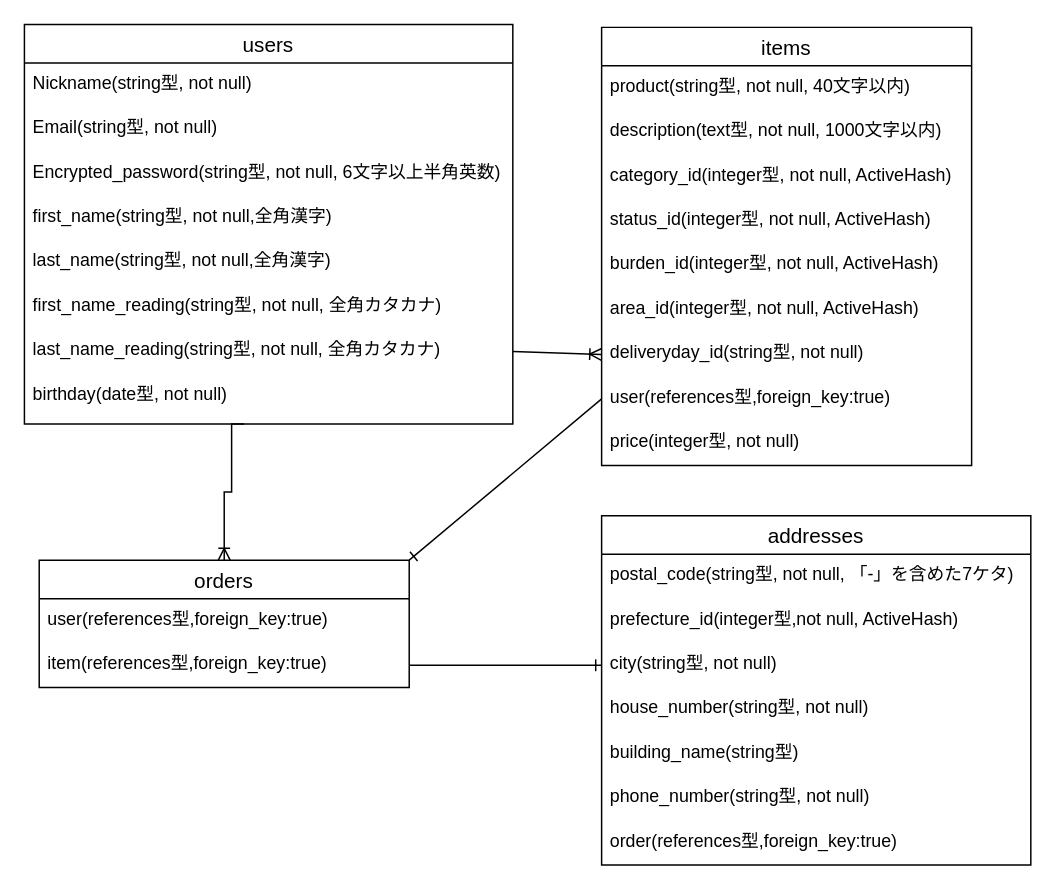
Earlier version of the draw.io diagram test.dio (n622ryo/furima-31017). Source tidied: cells renumbered, new cells numbered last; positions are measured from the earlier drawing's top-left corner, leaving out a move shared by most shapes. Both pictures are drawn from the tidied source at 148%, with x=0, y=0 at pixel (24, 24).
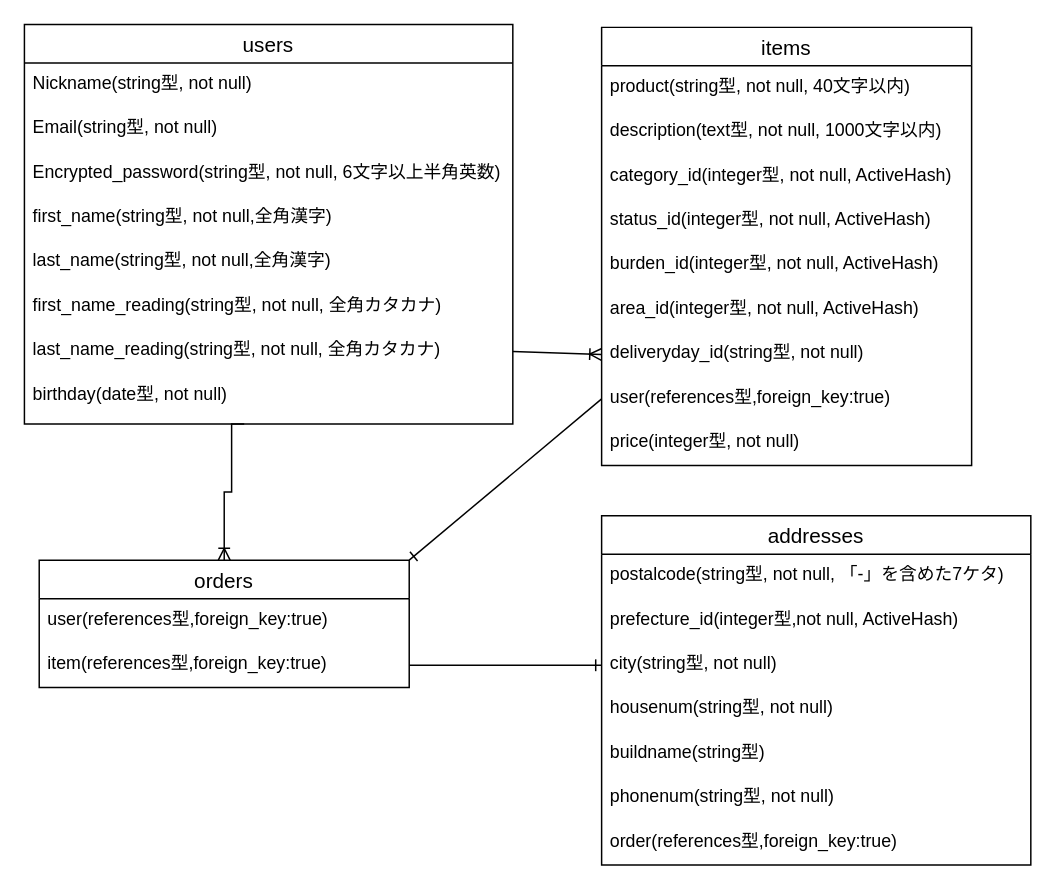
After the change.

Commit message (it also covers changes not shown here):
ER図、READMEの修正

The change refers to these unchanged cells:
```xml
<mxCell id="2" value="addresses" style="swimlane;fontStyle=0;horizontal=1;startSize=26;align=center;fontSize=14;" parent="1" vertex="1">
  <mxGeometry x="390" y="332" width="290" height="236" as="geometry" />
</mxCell>
```

Diff of the diagram source:
```diff
@@
-    <mxCell id="3" value="postal_code(string型, not null, 「-」を含めた7ケタ)&#10;" style="text;strokeColor=none;fillColor=none;spacingLeft=4;spacingRight=4;overflow=hidden;fontSize=12;" parent="2" vertex="1">
+    <mxCell id="3" value="postalcode(string型, not null, 「-」を含めた7ケタ)&#10;" style="text;strokeColor=none;fillColor=none;spacingLeft=4;spacingRight=4;overflow=hidden;fontSize=12;" parent="2" vertex="1">
       <mxGeometry y="26" width="290" height="30" as="geometry" />
     </mxCell>
@@
-    <mxCell id="6" value="house_number(string型, not null)" style="text;strokeColor=none;fillColor=none;spacingLeft=4;spacingRight=4;overflow=hidden;fontSize=12;" parent="2" vertex="1">
+    <mxCell id="6" value="housenum(string型, not null)" style="text;strokeColor=none;fillColor=none;spacingLeft=4;spacingRight=4;overflow=hidden;fontSize=12;" parent="2" vertex="1">
       <mxGeometry y="116" width="290" height="30" as="geometry" />
     </mxCell>
-    <mxCell id="7" value="building_name(string型)" style="text;strokeColor=none;fillColor=none;spacingLeft=4;spacingRight=4;overflow=hidden;fontSize=12;" parent="2" vertex="1">
+    <mxCell id="7" value="buildname(string型)" style="text;strokeColor=none;fillColor=none;spacingLeft=4;spacingRight=4;overflow=hidden;fontSize=12;" parent="2" vertex="1">
       <mxGeometry y="146" width="290" height="30" as="geometry" />
     </mxCell>
-    <mxCell id="8" value="phone_number(string型, not null)" style="text;strokeColor=none;fillColor=none;spacingLeft=4;spacingRight=4;overflow=hidden;fontSize=12;" parent="2" vertex="1">
+    <mxCell id="8" value="phonenum(string型, not null)" style="text;strokeColor=none;fillColor=none;spacingLeft=4;spacingRight=4;overflow=hidden;fontSize=12;" parent="2" vertex="1">
       <mxGeometry y="176" width="290" height="30" as="geometry" />
     </mxCell>
```
